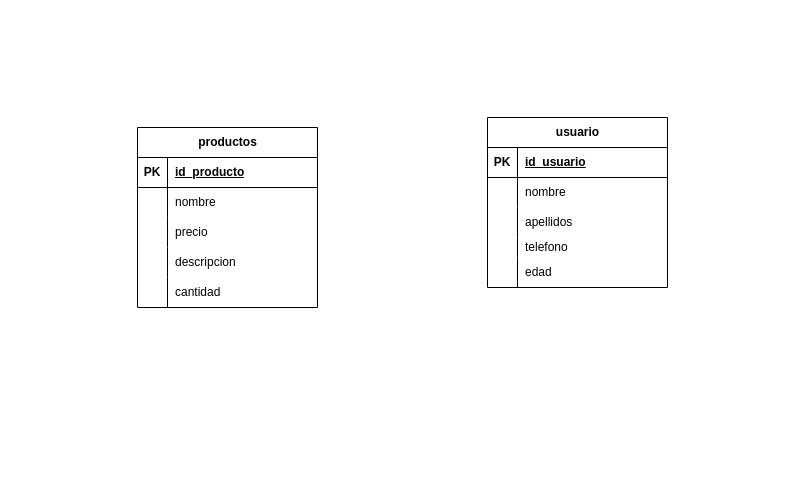
This is Diagrama sin título.drawio from camiloGHS21/camiloghs21.github.io, a draw.io file, before an edit. Source tidied: cells renumbered, new cells numbered last; positions are measured from the earlier drawing's top-left corner, leaving out a move shared by most shapes. Both pictures are drawn from the tidied source at 100%, with x=0, y=0 at pixel (137, 117).
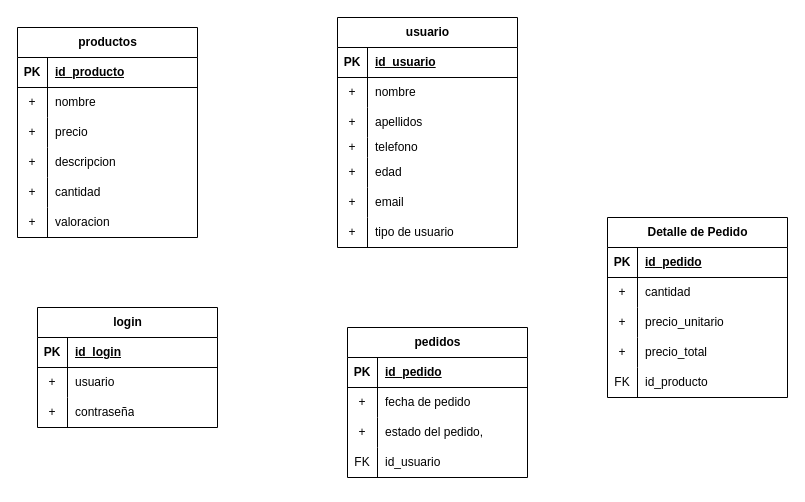
After the change.

The change refers to these unchanged cells:
```xml
<mxCell id="6" style="shape=tableRow;horizontal=0;startSize=0;swimlaneHead=0;swimlaneBody=0;fillColor=none;top=0;left=0;right=0;bottom=0;" parent="2" vertex="1">
  <mxGeometry y="60" width="180" height="30" as="geometry" />
</mxCell>
<mxCell id="9" style="shape=tableRow;horizontal=0;startSize=0;swimlaneHead=0;swimlaneBody=0;fillColor=none;top=0;left=0;right=0;bottom=0;" parent="2" vertex="1">
  <mxGeometry y="90" width="180" height="30" as="geometry" />
</mxCell>
<mxCell id="12" style="shape=tableRow;horizontal=0;startSize=0;swimlaneHead=0;swimlaneBody=0;fillColor=none;top=0;left=0;right=0;bottom=0;" parent="2" vertex="1">
  <mxGeometry y="120" width="180" height="30" as="geometry" />
</mxCell>
<mxCell id="15" style="shape=tableRow;horizontal=0;startSize=0;swimlaneHead=0;swimlaneBody=0;fillColor=none;top=0;left=0;right=0;bottom=0;" parent="2" vertex="1">
  <mxGeometry y="150" width="180" height="30" as="geometry" />
</mxCell>
<mxCell id="22" style="shape=tableRow;horizontal=0;startSize=0;swimlaneHead=0;swimlaneBody=0;fillColor=none;top=0;left=0;right=0;bottom=0;" parent="18" vertex="1">
  <mxGeometry y="60" width="180" height="30" as="geometry" />
</mxCell>
<mxCell id="25" style="shape=tableRow;horizontal=0;startSize=0;swimlaneHead=0;swimlaneBody=0;fillColor=none;top=0;left=0;right=0;bottom=0;" parent="18" vertex="1">
  <mxGeometry y="90" width="180" height="30" as="geometry" />
</mxCell>
<mxCell id="28" style="shape=tableRow;horizontal=0;startSize=0;swimlaneHead=0;swimlaneBody=0;fillColor=none;top=0;left=0;right=0;bottom=0;" parent="18" vertex="1">
  <mxGeometry y="120" width="180" height="20" as="geometry" />
</mxCell>
<mxCell id="31" style="shape=tableRow;horizontal=0;startSize=0;swimlaneHead=0;swimlaneBody=0;fillColor=none;top=0;left=0;right=0;bottom=0;" parent="18" vertex="1">
  <mxGeometry y="140" width="180" height="30" as="geometry" />
</mxCell>
```

Change to the diagram source:
```diff
@@
     <mxCell id="2" value="productos" style="shape=table;startSize=30;childLayout=tableLayout;rowLines=0;fontStyle=1;align=center;html=1;" parent="1" vertex="1">
-      <mxGeometry y="10" width="180" height="180" as="geometry" />
+      <mxGeometry x="-120" y="-90" width="180" height="210" as="geometry" />
     </mxCell>
@@
-    <mxCell id="7" style="shape=partialRectangle;fillColor=none;top=0;left=0;bottom=0;right=0;overflow=hidden;whiteSpace=wrap;html=1;" parent="6" vertex="1">
+    <mxCell id="7" value="+" style="shape=partialRectangle;fillColor=none;top=0;left=0;bottom=0;right=0;overflow=hidden;whiteSpace=wrap;html=1;" parent="6" vertex="1">
       <mxGeometry width="30" height="30" as="geometry" />
     </mxCell>
@@
-    <mxCell id="10" style="shape=partialRectangle;fillColor=none;top=0;left=0;bottom=0;right=0;overflow=hidden;whiteSpace=wrap;html=1;" parent="9" vertex="1">
+    <mxCell id="10" value="+" style="shape=partialRectangle;fillColor=none;top=0;left=0;bottom=0;right=0;overflow=hidden;whiteSpace=wrap;html=1;" parent="9" vertex="1">
       <mxGeometry width="30" height="30" as="geometry" />
     </mxCell>
@@
-    <mxCell id="13" style="shape=partialRectangle;fillColor=none;top=0;left=0;bottom=0;right=0;overflow=hidden;whiteSpace=wrap;html=1;" parent="12" vertex="1">
+    <mxCell id="13" value="+" style="shape=partialRectangle;fillColor=none;top=0;left=0;bottom=0;right=0;overflow=hidden;whiteSpace=wrap;html=1;" parent="12" vertex="1">
       <mxGeometry width="30" height="30" as="geometry" />
     </mxCell>
@@
-    <mxCell id="16" style="shape=partialRectangle;fillColor=none;top=0;left=0;bottom=0;right=0;overflow=hidden;whiteSpace=wrap;html=1;" parent="15" vertex="1">
+    <mxCell id="16" value="+" style="shape=partialRectangle;fillColor=none;top=0;left=0;bottom=0;right=0;overflow=hidden;whiteSpace=wrap;html=1;" parent="15" vertex="1">
       <mxGeometry width="30" height="30" as="geometry" />
     </mxCell>
@@
+    <mxCell id="34" style="shape=tableRow;horizontal=0;startSize=0;swimlaneHead=0;swimlaneBody=0;fillColor=none;top=0;left=0;right=0;bottom=0;" parent="2" vertex="1">
+      <mxGeometry y="180" width="180" height="30" as="geometry" />
+    </mxCell>
+    <mxCell id="35" value="+" style="shape=partialRectangle;fillColor=none;top=0;left=0;bottom=0;right=0;overflow=hidden;whiteSpace=wrap;html=1;" parent="34" vertex="1">
+      <mxGeometry width="30" height="30" as="geometry" />
+    </mxCell>
+    <mxCell id="36" value="&lt;div&gt;valoracion&lt;/div&gt;" style="shape=partialRectangle;fillColor=none;top=0;left=0;bottom=0;right=0;align=left;spacingLeft=6;overflow=hidden;whiteSpace=wrap;html=1;" parent="34" vertex="1">
+      <mxGeometry x="30" width="150" height="30" as="geometry" />
+    </mxCell>
     <mxCell id="18" value="usuario" style="shape=table;startSize=30;childLayout=tableLayout;rowLines=0;fontStyle=1;align=center;html=1;" parent="1" vertex="1">
-      <mxGeometry x="350" width="180" height="170" as="geometry" />
+      <mxGeometry x="200" y="-100" width="180" height="230" as="geometry" />
     </mxCell>
@@
-    <mxCell id="23" style="shape=partialRectangle;fillColor=none;top=0;left=0;bottom=0;right=0;overflow=hidden;whiteSpace=wrap;html=1;" parent="22" vertex="1">
+    <mxCell id="23" value="+" style="shape=partialRectangle;fillColor=none;top=0;left=0;bottom=0;right=0;overflow=hidden;whiteSpace=wrap;html=1;" parent="22" vertex="1">
       <mxGeometry width="30" height="30" as="geometry" />
     </mxCell>
@@
-    <mxCell id="26" style="shape=partialRectangle;fillColor=none;top=0;left=0;bottom=0;right=0;overflow=hidden;whiteSpace=wrap;html=1;" parent="25" vertex="1">
+    <mxCell id="26" value="+" style="shape=partialRectangle;fillColor=none;top=0;left=0;bottom=0;right=0;overflow=hidden;whiteSpace=wrap;html=1;" parent="25" vertex="1">
       <mxGeometry width="30" height="30" as="geometry" />
     </mxCell>
@@
-    <mxCell id="29" style="shape=partialRectangle;fillColor=none;top=0;left=0;bottom=0;right=0;overflow=hidden;whiteSpace=wrap;html=1;" parent="28" vertex="1">
+    <mxCell id="29" value="+" style="shape=partialRectangle;fillColor=none;top=0;left=0;bottom=0;right=0;overflow=hidden;whiteSpace=wrap;html=1;" parent="28" vertex="1">
       <mxGeometry width="30" height="20" as="geometry" />
     </mxCell>
@@
-    <mxCell id="32" style="shape=partialRectangle;fillColor=none;top=0;left=0;bottom=0;right=0;overflow=hidden;whiteSpace=wrap;html=1;" parent="31" vertex="1">
+    <mxCell id="32" value="+" style="shape=partialRectangle;fillColor=none;top=0;left=0;bottom=0;right=0;overflow=hidden;whiteSpace=wrap;html=1;" parent="31" vertex="1">
       <mxGeometry width="30" height="30" as="geometry" />
     </mxCell>
@@
+    <mxCell id="37" style="shape=tableRow;horizontal=0;startSize=0;swimlaneHead=0;swimlaneBody=0;fillColor=none;top=0;left=0;right=0;bottom=0;" parent="18" vertex="1">
+      <mxGeometry y="170" width="180" height="30" as="geometry" />
+    </mxCell>
+    <mxCell id="38" value="+" style="shape=partialRectangle;fillColor=none;top=0;left=0;bottom=0;right=0;overflow=hidden;whiteSpace=wrap;html=1;" parent="37" vertex="1">
+      <mxGeometry width="30" height="30" as="geometry" />
+    </mxCell>
+    <mxCell id="39" value="email" style="shape=partialRectangle;fillColor=none;top=0;left=0;bottom=0;right=0;align=left;spacingLeft=6;overflow=hidden;whiteSpace=wrap;html=1;" parent="37" vertex="1">
+      <mxGeometry x="30" width="150" height="30" as="geometry" />
+    </mxCell>
+    <mxCell id="40" style="shape=tableRow;horizontal=0;startSize=0;swimlaneHead=0;swimlaneBody=0;fillColor=none;top=0;left=0;right=0;bottom=0;" parent="18" vertex="1">
+      <mxGeometry y="200" width="180" height="30" as="geometry" />
+    </mxCell>
+    <mxCell id="41" value="+" style="shape=partialRectangle;fillColor=none;top=0;left=0;bottom=0;right=0;overflow=hidden;whiteSpace=wrap;html=1;" parent="40" vertex="1">
+      <mxGeometry width="30" height="30" as="geometry" />
+    </mxCell>
+    <mxCell id="42" value="tipo de usuario" style="shape=partialRectangle;fillColor=none;top=0;left=0;bottom=0;right=0;align=left;spacingLeft=6;overflow=hidden;whiteSpace=wrap;html=1;" parent="40" vertex="1">
+      <mxGeometry x="30" width="150" height="30" as="geometry" />
+    </mxCell>
+    <mxCell id="43" value="login" style="shape=table;startSize=30;childLayout=tableLayout;rowLines=0;fontStyle=1;align=center;html=1;" parent="1" vertex="1">
+      <mxGeometry x="-100" y="190" width="180" height="120" as="geometry" />
+    </mxCell>
+    <mxCell id="44" style="shape=tableRow;horizontal=0;startSize=0;swimlaneHead=0;swimlaneBody=0;fillColor=none;top=0;left=0;right=0;bottom=1;" parent="43" vertex="1">
+      <mxGeometry y="30" width="180" height="30" as="geometry" />
+    </mxCell>
+    <mxCell id="45" value="PK" style="shape=partialRectangle;fillColor=none;top=0;left=0;bottom=0;right=0;fontStyle=1;overflow=hidden;whiteSpace=wrap;html=1;" parent="44" vertex="1">
+      <mxGeometry width="30" height="30" as="geometry" />
+    </mxCell>
+    <mxCell id="46" value="id_login" style="shape=partialRectangle;fillColor=none;top=0;left=0;bottom=0;right=0;align=left;spacingLeft=6;fontStyle=5;overflow=hidden;whiteSpace=wrap;html=1;" parent="44" vertex="1">
+      <mxGeometry x="30" width="150" height="30" as="geometry" />
+    </mxCell>
+    <mxCell id="47" style="shape=tableRow;horizontal=0;startSize=0;swimlaneHead=0;swimlaneBody=0;fillColor=none;top=0;left=0;right=0;bottom=0;" parent="43" vertex="1">
+      <mxGeometry y="60" width="180" height="30" as="geometry" />
+    </mxCell>
+    <mxCell id="48" value="+" style="shape=partialRectangle;fillColor=none;top=0;left=0;bottom=0;right=0;overflow=hidden;whiteSpace=wrap;html=1;" parent="47" vertex="1">
+      <mxGeometry width="30" height="30" as="geometry" />
+    </mxCell>
+    <mxCell id="49" value="usuario" style="shape=partialRectangle;fillColor=none;top=0;left=0;bottom=0;right=0;align=left;spacingLeft=6;overflow=hidden;whiteSpace=wrap;html=1;" parent="47" vertex="1">
+      <mxGeometry x="30" width="150" height="30" as="geometry" />
+    </mxCell>
+    <mxCell id="50" style="shape=tableRow;horizontal=0;startSize=0;swimlaneHead=0;swimlaneBody=0;fillColor=none;top=0;left=0;right=0;bottom=0;" parent="43" vertex="1">
+      <mxGeometry y="90" width="180" height="30" as="geometry" />
+    </mxCell>
+    <mxCell id="51" value="+" style="shape=partialRectangle;fillColor=none;top=0;left=0;bottom=0;right=0;overflow=hidden;whiteSpace=wrap;html=1;" parent="50" vertex="1">
+      <mxGeometry width="30" height="30" as="geometry" />
+    </mxCell>
+    <mxCell id="52" value="contraseña" style="shape=partialRectangle;fillColor=none;top=0;left=0;bottom=0;right=0;align=left;spacingLeft=6;overflow=hidden;whiteSpace=wrap;html=1;" parent="50" vertex="1">
+      <mxGeometry x="30" width="150" height="30" as="geometry" />
+    </mxCell>
+    <mxCell id="53" value="&lt;div&gt;pedidos&lt;/div&gt;" style="shape=table;startSize=30;childLayout=tableLayout;rowLines=0;fontStyle=1;align=center;html=1;" parent="1" vertex="1">
+      <mxGeometry x="210" y="210" width="180" height="150" as="geometry" />
+    </mxCell>
+    <mxCell id="54" style="shape=tableRow;horizontal=0;startSize=0;swimlaneHead=0;swimlaneBody=0;fillColor=none;top=0;left=0;right=0;bottom=1;" parent="53" vertex="1">
+      <mxGeometry y="30" width="180" height="30" as="geometry" />
+    </mxCell>
+    <mxCell id="55" value="PK" style="shape=partialRectangle;fillColor=none;top=0;left=0;bottom=0;right=0;fontStyle=1;overflow=hidden;whiteSpace=wrap;html=1;" parent="54" vertex="1">
+      <mxGeometry width="30" height="30" as="geometry" />
+    </mxCell>
+    <mxCell id="56" value="id_pedido" style="shape=partialRectangle;fillColor=none;top=0;left=0;bottom=0;right=0;align=left;spacingLeft=6;fontStyle=5;overflow=hidden;whiteSpace=wrap;html=1;" parent="54" vertex="1">
+      <mxGeometry x="30" width="150" height="30" as="geometry" />
+    </mxCell>
+    <mxCell id="57" style="shape=tableRow;horizontal=0;startSize=0;swimlaneHead=0;swimlaneBody=0;fillColor=none;top=0;left=0;right=0;bottom=0;" parent="53" vertex="1">
+      <mxGeometry y="60" width="180" height="30" as="geometry" />
+    </mxCell>
+    <mxCell id="58" value="+" style="shape=partialRectangle;fillColor=none;top=0;left=0;bottom=0;right=0;overflow=hidden;whiteSpace=wrap;html=1;" parent="57" vertex="1">
+      <mxGeometry width="30" height="30" as="geometry" />
+    </mxCell>
+    <mxCell id="59" value="fecha de pedido" style="shape=partialRectangle;fillColor=none;top=0;left=0;bottom=0;right=0;align=left;spacingLeft=6;overflow=hidden;whiteSpace=wrap;html=1;" parent="57" vertex="1">
+      <mxGeometry x="30" width="150" height="30" as="geometry" />
+    </mxCell>
+    <mxCell id="60" style="shape=tableRow;horizontal=0;startSize=0;swimlaneHead=0;swimlaneBody=0;fillColor=none;top=0;left=0;right=0;bottom=0;" parent="53" vertex="1">
+      <mxGeometry y="90" width="180" height="30" as="geometry" />
+    </mxCell>
+    <mxCell id="61" value="+" style="shape=partialRectangle;fillColor=none;top=0;left=0;bottom=0;right=0;overflow=hidden;whiteSpace=wrap;html=1;" parent="60" vertex="1">
+      <mxGeometry width="30" height="30" as="geometry" />
+    </mxCell>
+    <mxCell id="62" value="estado del pedido," style="shape=partialRectangle;fillColor=none;top=0;left=0;bottom=0;right=0;align=left;spacingLeft=6;overflow=hidden;whiteSpace=wrap;html=1;" parent="60" vertex="1">
+      <mxGeometry x="30" width="150" height="30" as="geometry" />
+    </mxCell>
+    <mxCell id="63" style="shape=tableRow;horizontal=0;startSize=0;swimlaneHead=0;swimlaneBody=0;fillColor=none;top=0;left=0;right=0;bottom=0;" parent="53" vertex="1">
+      <mxGeometry y="120" width="180" height="30" as="geometry" />
+    </mxCell>
+    <mxCell id="64" value="FK" style="shape=partialRectangle;fillColor=none;top=0;left=0;bottom=0;right=0;overflow=hidden;whiteSpace=wrap;html=1;" parent="63" vertex="1">
+      <mxGeometry width="30" height="30" as="geometry" />
+    </mxCell>
+    <mxCell id="65" value="id_usuario" style="shape=partialRectangle;fillColor=none;top=0;left=0;bottom=0;right=0;align=left;spacingLeft=6;overflow=hidden;whiteSpace=wrap;html=1;shadow=1;" parent="63" vertex="1">
+      <mxGeometry x="30" width="150" height="30" as="geometry" />
+    </mxCell>
+    <mxCell id="66" value="&lt;strong&gt;Detalle de Pedido&lt;/strong&gt;" style="shape=table;startSize=30;childLayout=tableLayout;rowLines=0;fontStyle=1;align=center;html=1;" parent="1" vertex="1">
+      <mxGeometry x="470" y="100" width="180" height="180" as="geometry" />
+    </mxCell>
+    <mxCell id="67" style="shape=tableRow;horizontal=0;startSize=0;swimlaneHead=0;swimlaneBody=0;fillColor=none;top=0;left=0;right=0;bottom=1;" parent="66" vertex="1">
+      <mxGeometry y="30" width="180" height="30" as="geometry" />
+    </mxCell>
+    <mxCell id="68" value="PK" style="shape=partialRectangle;fillColor=none;top=0;left=0;bottom=0;right=0;fontStyle=1;overflow=hidden;whiteSpace=wrap;html=1;" parent="67" vertex="1">
+      <mxGeometry width="30" height="30" as="geometry" />
+    </mxCell>
+    <mxCell id="69" value="id_pedido" style="shape=partialRectangle;fillColor=none;top=0;left=0;bottom=0;right=0;align=left;spacingLeft=6;fontStyle=5;overflow=hidden;whiteSpace=wrap;html=1;" parent="67" vertex="1">
+      <mxGeometry x="30" width="150" height="30" as="geometry" />
+    </mxCell>
+    <mxCell id="70" style="shape=tableRow;horizontal=0;startSize=0;swimlaneHead=0;swimlaneBody=0;fillColor=none;top=0;left=0;right=0;bottom=0;" parent="66" vertex="1">
+      <mxGeometry y="60" width="180" height="30" as="geometry" />
+    </mxCell>
+    <mxCell id="71" value="+" style="shape=partialRectangle;fillColor=none;top=0;left=0;bottom=0;right=0;overflow=hidden;whiteSpace=wrap;html=1;" parent="70" vertex="1">
+      <mxGeometry width="30" height="30" as="geometry" />
+    </mxCell>
+    <mxCell id="72" value="cantidad" style="shape=partialRectangle;fillColor=none;top=0;left=0;bottom=0;right=0;align=left;spacingLeft=6;overflow=hidden;whiteSpace=wrap;html=1;" parent="70" vertex="1">
+      <mxGeometry x="30" width="150" height="30" as="geometry" />
+    </mxCell>
+    <mxCell id="73" style="shape=tableRow;horizontal=0;startSize=0;swimlaneHead=0;swimlaneBody=0;fillColor=none;top=0;left=0;right=0;bottom=0;" parent="66" vertex="1">
+      <mxGeometry y="90" width="180" height="30" as="geometry" />
+    </mxCell>
+    <mxCell id="74" value="+" style="shape=partialRectangle;fillColor=none;top=0;left=0;bottom=0;right=0;overflow=hidden;whiteSpace=wrap;html=1;" parent="73" vertex="1">
+      <mxGeometry width="30" height="30" as="geometry" />
+    </mxCell>
+    <mxCell id="75" value="precio_unitario" style="shape=partialRectangle;fillColor=none;top=0;left=0;bottom=0;right=0;align=left;spacingLeft=6;overflow=hidden;whiteSpace=wrap;html=1;" parent="73" vertex="1">
+      <mxGeometry x="30" width="150" height="30" as="geometry" />
+    </mxCell>
+    <mxCell id="76" style="shape=tableRow;horizontal=0;startSize=0;swimlaneHead=0;swimlaneBody=0;fillColor=none;top=0;left=0;right=0;bottom=0;" parent="66" vertex="1">
+      <mxGeometry y="120" width="180" height="30" as="geometry" />
+    </mxCell>
+    <mxCell id="77" value="+" style="shape=partialRectangle;fillColor=none;top=0;left=0;bottom=0;right=0;overflow=hidden;whiteSpace=wrap;html=1;" parent="76" vertex="1">
+      <mxGeometry width="30" height="30" as="geometry" />
+    </mxCell>
+    <mxCell id="78" value="precio_total" style="shape=partialRectangle;fillColor=none;top=0;left=0;bottom=0;right=0;align=left;spacingLeft=6;overflow=hidden;whiteSpace=wrap;html=1;" parent="76" vertex="1">
+      <mxGeometry x="30" width="150" height="30" as="geometry" />
+    </mxCell>
+    <mxCell id="79" style="shape=tableRow;horizontal=0;startSize=0;swimlaneHead=0;swimlaneBody=0;fillColor=none;top=0;left=0;right=0;bottom=0;" parent="66" vertex="1">
+      <mxGeometry y="150" width="180" height="30" as="geometry" />
+    </mxCell>
+    <mxCell id="80" value="FK" style="shape=partialRectangle;fillColor=none;top=0;left=0;bottom=0;right=0;overflow=hidden;whiteSpace=wrap;html=1;" parent="79" vertex="1">
+      <mxGeometry width="30" height="30" as="geometry" />
+    </mxCell>
+    <mxCell id="81" value="id_producto" style="shape=partialRectangle;fillColor=none;top=0;left=0;bottom=0;right=0;align=left;spacingLeft=6;overflow=hidden;whiteSpace=wrap;html=1;" parent="79" vertex="1">
+      <mxGeometry x="30" width="150" height="30" as="geometry" />
+    </mxCell>
```
